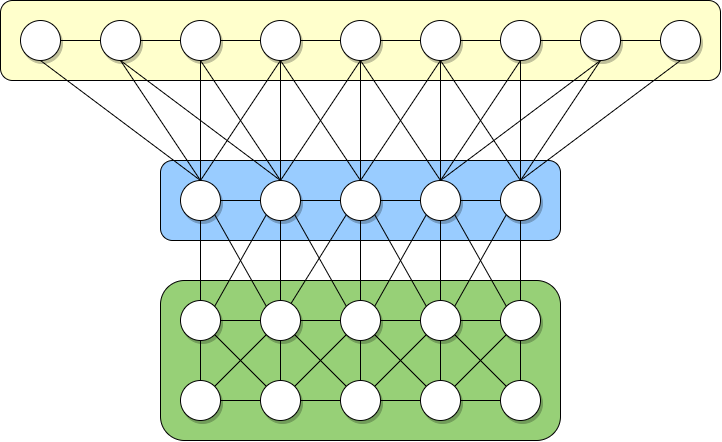
The draw.io diagram images/RedTArchitecture.png in hesusruiz/PublicPermissionedBlockchain, before a commit. Source tidied: cells renumbered, new cells last; positions are measured from the earlier drawing's top-left corner, leaving out a move shared by most shapes. Its diagram source:
```xml
<mxGraphModel>
  <root>
    <mxCell id="0" />
    <mxCell id="1" parent="0" />
    <mxCell id="2" style="rounded=1;whiteSpace=wrap;html=1;shadow=0;fillColor=#99CCFF;" parent="1" vertex="1">
      <mxGeometry x="160" y="160" width="400" height="80" as="geometry" />
    </mxCell>
    <mxCell id="3" style="rounded=1;whiteSpace=wrap;html=1;shadow=0;fillColor=#97D077;" parent="1" vertex="1">
      <mxGeometry x="160" y="280" width="400" height="160" as="geometry" />
    </mxCell>
    <mxCell id="4" style="edgeStyle=orthogonalEdgeStyle;rounded=0;jettySize=auto;html=1;exitX=0.5;exitY=1;exitDx=0;exitDy=0;entryX=0.5;entryY=0;entryDx=0;entryDy=0;endArrow=none;endFill=0;" parent="1" edge="1" source="8" target="33">
      <mxGeometry relative="1" as="geometry" />
    </mxCell>
    <mxCell id="5" style="edgeStyle=orthogonalEdgeStyle;rounded=0;jettySize=auto;html=1;exitX=1;exitY=0.5;exitDx=0;exitDy=0;entryX=0;entryY=0.5;entryDx=0;entryDy=0;endArrow=none;endFill=0;" parent="1" edge="1" source="8" target="14">
      <mxGeometry relative="1" as="geometry" />
    </mxCell>
    <mxCell id="6" style="edgeStyle=none;rounded=0;jettySize=auto;html=1;exitX=1;exitY=1;exitDx=0;exitDy=0;entryX=0;entryY=0;entryDx=0;entryDy=0;endArrow=none;endFill=0;" parent="1" edge="1" source="8" target="36">
      <mxGeometry relative="1" as="geometry" />
    </mxCell>
    <mxCell id="7" style="edgeStyle=none;rounded=0;jettySize=auto;html=1;exitX=0.5;exitY=0;exitDx=0;exitDy=0;entryX=0.5;entryY=1;entryDx=0;entryDy=0;endArrow=none;endFill=0;" parent="1" edge="1" source="8" target="45">
      <mxGeometry relative="1" as="geometry" />
    </mxCell>
    <mxCell id="8" style="ellipse;whiteSpace=wrap;html=1;shadow=1;" parent="1" vertex="1">
      <mxGeometry x="180" y="300" width="40" height="40" as="geometry" />
    </mxCell>
    <mxCell id="9" style="edgeStyle=orthogonalEdgeStyle;rounded=0;jettySize=auto;html=1;exitX=0.5;exitY=1;exitDx=0;exitDy=0;entryX=0.5;entryY=0;entryDx=0;entryDy=0;endArrow=none;endFill=0;" parent="1" edge="1" source="14" target="36">
      <mxGeometry relative="1" as="geometry" />
    </mxCell>
    <mxCell id="10" style="edgeStyle=orthogonalEdgeStyle;rounded=0;jettySize=auto;html=1;exitX=1;exitY=0.5;exitDx=0;exitDy=0;entryX=0;entryY=0.5;entryDx=0;entryDy=0;endArrow=none;endFill=0;" parent="1" edge="1" source="14" target="21">
      <mxGeometry relative="1" as="geometry" />
    </mxCell>
    <mxCell id="11" style="edgeStyle=none;rounded=0;jettySize=auto;html=1;exitX=1;exitY=1;exitDx=0;exitDy=0;entryX=0;entryY=0;entryDx=0;entryDy=0;endArrow=none;endFill=0;" parent="1" edge="1" source="14" target="39">
      <mxGeometry relative="1" as="geometry" />
    </mxCell>
    <mxCell id="12" style="edgeStyle=none;rounded=0;jettySize=auto;html=1;exitX=0.5;exitY=0;exitDx=0;exitDy=0;endArrow=none;endFill=0;" parent="1" edge="1" source="14" target="48">
      <mxGeometry relative="1" as="geometry" />
    </mxCell>
    <mxCell id="13" style="edgeStyle=none;rounded=0;jettySize=auto;html=1;exitX=0;exitY=0;exitDx=0;exitDy=0;entryX=1;entryY=1;entryDx=0;entryDy=0;endArrow=none;endFill=0;" parent="1" edge="1" source="14" target="45">
      <mxGeometry relative="1" as="geometry" />
    </mxCell>
    <mxCell id="14" style="ellipse;whiteSpace=wrap;html=1;shadow=1;" parent="1" vertex="1">
      <mxGeometry x="260" y="300" width="40" height="40" as="geometry" />
    </mxCell>
    <mxCell id="15" style="edgeStyle=orthogonalEdgeStyle;rounded=0;jettySize=auto;html=1;exitX=0.5;exitY=1;exitDx=0;exitDy=0;entryX=0.5;entryY=0;entryDx=0;entryDy=0;endArrow=none;endFill=0;" parent="1" edge="1" source="21" target="39">
      <mxGeometry relative="1" as="geometry" />
    </mxCell>
    <mxCell id="16" style="edgeStyle=orthogonalEdgeStyle;rounded=0;jettySize=auto;html=1;exitX=1;exitY=0.5;exitDx=0;exitDy=0;entryX=0;entryY=0.5;entryDx=0;entryDy=0;endArrow=none;endFill=0;" parent="1" edge="1" source="21" target="27">
      <mxGeometry relative="1" as="geometry" />
    </mxCell>
    <mxCell id="17" style="edgeStyle=none;rounded=0;jettySize=auto;html=1;exitX=1;exitY=1;exitDx=0;exitDy=0;endArrow=none;endFill=0;" parent="1" edge="1" source="21" target="42">
      <mxGeometry relative="1" as="geometry" />
    </mxCell>
    <mxCell id="18" style="edgeStyle=none;rounded=0;jettySize=auto;html=1;exitX=0.5;exitY=0;exitDx=0;exitDy=0;entryX=0.5;entryY=1;entryDx=0;entryDy=0;endArrow=none;endFill=0;" parent="1" edge="1" source="21" target="52">
      <mxGeometry relative="1" as="geometry" />
    </mxCell>
    <mxCell id="19" style="edgeStyle=none;rounded=0;jettySize=auto;html=1;exitX=0;exitY=0;exitDx=0;exitDy=0;entryX=1;entryY=1;entryDx=0;entryDy=0;endArrow=none;endFill=0;" parent="1" edge="1" source="21" target="48">
      <mxGeometry relative="1" as="geometry" />
    </mxCell>
    <mxCell id="20" style="edgeStyle=none;rounded=0;jettySize=auto;html=1;exitX=1;exitY=0;exitDx=0;exitDy=0;entryX=0;entryY=1;entryDx=0;entryDy=0;endArrow=none;endFill=0;" parent="1" edge="1" source="21" target="55">
      <mxGeometry relative="1" as="geometry" />
    </mxCell>
    <mxCell id="21" style="ellipse;whiteSpace=wrap;html=1;shadow=1;" parent="1" vertex="1">
      <mxGeometry x="340" y="300" width="40" height="40" as="geometry" />
    </mxCell>
    <mxCell id="22" style="edgeStyle=orthogonalEdgeStyle;rounded=0;jettySize=auto;html=1;exitX=0.5;exitY=1;exitDx=0;exitDy=0;entryX=0.5;entryY=0;entryDx=0;entryDy=0;endArrow=none;endFill=0;" parent="1" edge="1" source="27" target="42">
      <mxGeometry relative="1" as="geometry" />
    </mxCell>
    <mxCell id="23" style="edgeStyle=orthogonalEdgeStyle;rounded=0;jettySize=auto;html=1;exitX=1;exitY=0.5;exitDx=0;exitDy=0;entryX=0;entryY=0.5;entryDx=0;entryDy=0;endArrow=none;endFill=0;" parent="1" edge="1" source="27" target="30">
      <mxGeometry relative="1" as="geometry" />
    </mxCell>
    <mxCell id="24" style="edgeStyle=none;rounded=0;jettySize=auto;html=1;exitX=1;exitY=1;exitDx=0;exitDy=0;endArrow=none;endFill=0;" parent="1" edge="1" source="27" target="43">
      <mxGeometry relative="1" as="geometry" />
    </mxCell>
    <mxCell id="25" style="edgeStyle=none;rounded=0;jettySize=auto;html=1;exitX=0.5;exitY=0;exitDx=0;exitDy=0;entryX=0.5;entryY=1;entryDx=0;entryDy=0;endArrow=none;endFill=0;" parent="1" edge="1" source="27" target="55">
      <mxGeometry relative="1" as="geometry" />
    </mxCell>
    <mxCell id="26" style="edgeStyle=none;rounded=0;jettySize=auto;html=1;exitX=1;exitY=0;exitDx=0;exitDy=0;entryX=0;entryY=1;entryDx=0;entryDy=0;endArrow=none;endFill=0;" parent="1" edge="1" source="27" target="56">
      <mxGeometry relative="1" as="geometry" />
    </mxCell>
    <mxCell id="27" style="ellipse;whiteSpace=wrap;html=1;shadow=1;" parent="1" vertex="1">
      <mxGeometry x="420" y="300" width="40" height="40" as="geometry" />
    </mxCell>
    <mxCell id="28" style="edgeStyle=orthogonalEdgeStyle;rounded=0;jettySize=auto;html=1;exitX=0.5;exitY=1;exitDx=0;exitDy=0;entryX=0.5;entryY=0;entryDx=0;entryDy=0;endArrow=none;endFill=0;" parent="1" edge="1" source="30" target="43">
      <mxGeometry relative="1" as="geometry" />
    </mxCell>
    <mxCell id="29" style="edgeStyle=none;rounded=0;jettySize=auto;html=1;exitX=0.5;exitY=0;exitDx=0;exitDy=0;entryX=0.5;entryY=1;entryDx=0;entryDy=0;endArrow=none;endFill=0;" parent="1" edge="1" source="30" target="56">
      <mxGeometry relative="1" as="geometry" />
    </mxCell>
    <mxCell id="30" style="ellipse;whiteSpace=wrap;html=1;shadow=1;" parent="1" vertex="1">
      <mxGeometry x="500" y="300" width="40" height="40" as="geometry" />
    </mxCell>
    <mxCell id="31" style="edgeStyle=orthogonalEdgeStyle;rounded=0;jettySize=auto;html=1;exitX=1;exitY=0.5;exitDx=0;exitDy=0;entryX=0;entryY=0.5;entryDx=0;entryDy=0;endArrow=none;endFill=0;" parent="1" edge="1" source="33" target="36">
      <mxGeometry relative="1" as="geometry" />
    </mxCell>
    <mxCell id="32" style="rounded=0;jettySize=auto;html=1;exitX=1;exitY=0;exitDx=0;exitDy=0;entryX=0;entryY=1;entryDx=0;entryDy=0;endArrow=none;endFill=0;" parent="1" edge="1" source="33" target="14">
      <mxGeometry relative="1" as="geometry" />
    </mxCell>
    <mxCell id="33" style="ellipse;whiteSpace=wrap;html=1;shadow=1;" parent="1" vertex="1">
      <mxGeometry x="180" y="380" width="40" height="40" as="geometry" />
    </mxCell>
    <mxCell id="34" style="edgeStyle=orthogonalEdgeStyle;rounded=0;jettySize=auto;html=1;exitX=1;exitY=0.5;exitDx=0;exitDy=0;entryX=0;entryY=0.5;entryDx=0;entryDy=0;endArrow=none;endFill=0;" parent="1" edge="1" source="36" target="39">
      <mxGeometry relative="1" as="geometry" />
    </mxCell>
    <mxCell id="35" style="edgeStyle=none;rounded=0;jettySize=auto;html=1;exitX=1;exitY=0;exitDx=0;exitDy=0;entryX=0;entryY=1;entryDx=0;entryDy=0;endArrow=none;endFill=0;" parent="1" edge="1" source="36" target="21">
      <mxGeometry relative="1" as="geometry" />
    </mxCell>
    <mxCell id="36" style="ellipse;whiteSpace=wrap;html=1;shadow=1;" parent="1" vertex="1">
      <mxGeometry x="260" y="380" width="40" height="40" as="geometry" />
    </mxCell>
    <mxCell id="37" style="edgeStyle=orthogonalEdgeStyle;rounded=0;jettySize=auto;html=1;exitX=1;exitY=0.5;exitDx=0;exitDy=0;entryX=0;entryY=0.5;entryDx=0;entryDy=0;endArrow=none;endFill=0;" parent="1" edge="1" source="39" target="42">
      <mxGeometry relative="1" as="geometry" />
    </mxCell>
    <mxCell id="38" style="edgeStyle=none;rounded=0;jettySize=auto;html=1;exitX=1;exitY=0;exitDx=0;exitDy=0;entryX=0;entryY=1;entryDx=0;entryDy=0;endArrow=none;endFill=0;" parent="1" edge="1" source="39" target="27">
      <mxGeometry relative="1" as="geometry" />
    </mxCell>
    <mxCell id="39" style="ellipse;whiteSpace=wrap;html=1;shadow=1;" parent="1" vertex="1">
      <mxGeometry x="340" y="380" width="40" height="40" as="geometry" />
    </mxCell>
    <mxCell id="40" style="edgeStyle=orthogonalEdgeStyle;rounded=0;jettySize=auto;html=1;exitX=1;exitY=0.5;exitDx=0;exitDy=0;entryX=0;entryY=0.5;entryDx=0;entryDy=0;endArrow=none;endFill=0;" parent="1" edge="1" source="42" target="43">
      <mxGeometry relative="1" as="geometry" />
    </mxCell>
    <mxCell id="41" style="edgeStyle=none;rounded=0;jettySize=auto;html=1;exitX=1;exitY=0;exitDx=0;exitDy=0;endArrow=none;endFill=0;" parent="1" edge="1" source="42" target="30">
      <mxGeometry relative="1" as="geometry" />
    </mxCell>
    <mxCell id="42" style="ellipse;whiteSpace=wrap;html=1;shadow=1;" parent="1" vertex="1">
      <mxGeometry x="420" y="380" width="40" height="40" as="geometry" />
    </mxCell>
    <mxCell id="43" style="ellipse;whiteSpace=wrap;html=1;shadow=1;" parent="1" vertex="1">
      <mxGeometry x="500" y="380" width="40" height="40" as="geometry" />
    </mxCell>
    <mxCell id="44" style="edgeStyle=orthogonalEdgeStyle;rounded=0;jettySize=auto;html=1;exitX=1;exitY=0.5;exitDx=0;exitDy=0;entryX=0;entryY=0.5;entryDx=0;entryDy=0;endArrow=none;endFill=0;" parent="1" edge="1" source="45" target="48">
      <mxGeometry relative="1" as="geometry" />
    </mxCell>
    <mxCell id="45" style="ellipse;whiteSpace=wrap;html=1;shadow=1;" parent="1" vertex="1">
      <mxGeometry x="180" y="180" width="40" height="40" as="geometry" />
    </mxCell>
    <mxCell id="46" style="edgeStyle=orthogonalEdgeStyle;rounded=0;jettySize=auto;html=1;exitX=1;exitY=0.5;exitDx=0;exitDy=0;entryX=0;entryY=0.5;entryDx=0;entryDy=0;endArrow=none;endFill=0;" parent="1" edge="1" source="48" target="52">
      <mxGeometry relative="1" as="geometry" />
    </mxCell>
    <mxCell id="47" style="edgeStyle=none;rounded=0;jettySize=auto;html=1;exitX=0;exitY=1;exitDx=0;exitDy=0;entryX=1;entryY=0;entryDx=0;entryDy=0;endArrow=none;endFill=0;" parent="1" edge="1" source="48" target="8">
      <mxGeometry relative="1" as="geometry" />
    </mxCell>
    <mxCell id="48" style="ellipse;whiteSpace=wrap;html=1;shadow=1;" parent="1" vertex="1">
      <mxGeometry x="260" y="180" width="40" height="40" as="geometry" />
    </mxCell>
    <mxCell id="49" style="edgeStyle=orthogonalEdgeStyle;rounded=0;jettySize=auto;html=1;exitX=1;exitY=0.5;exitDx=0;exitDy=0;entryX=0;entryY=0.5;entryDx=0;entryDy=0;endArrow=none;endFill=0;" parent="1" edge="1" source="52" target="55">
      <mxGeometry relative="1" as="geometry" />
    </mxCell>
    <mxCell id="50" style="edgeStyle=none;rounded=0;jettySize=auto;html=1;exitX=0;exitY=1;exitDx=0;exitDy=0;endArrow=none;endFill=0;" parent="1" edge="1" source="52" target="14">
      <mxGeometry relative="1" as="geometry" />
    </mxCell>
    <mxCell id="51" style="edgeStyle=none;rounded=0;jettySize=auto;html=1;exitX=1;exitY=1;exitDx=0;exitDy=0;entryX=0;entryY=0;entryDx=0;entryDy=0;endArrow=none;endFill=0;" parent="1" edge="1" source="52" target="27">
      <mxGeometry relative="1" as="geometry" />
    </mxCell>
    <mxCell id="52" style="ellipse;whiteSpace=wrap;html=1;shadow=1;" parent="1" vertex="1">
      <mxGeometry x="340" y="180" width="40" height="40" as="geometry" />
    </mxCell>
    <mxCell id="53" style="edgeStyle=orthogonalEdgeStyle;rounded=0;jettySize=auto;html=1;exitX=1;exitY=0.5;exitDx=0;exitDy=0;entryX=0;entryY=0.5;entryDx=0;entryDy=0;endArrow=none;endFill=0;" parent="1" edge="1" source="55" target="56">
      <mxGeometry relative="1" as="geometry" />
    </mxCell>
    <mxCell id="54" style="edgeStyle=none;rounded=0;jettySize=auto;html=1;exitX=1;exitY=1;exitDx=0;exitDy=0;entryX=0;entryY=0;entryDx=0;entryDy=0;endArrow=none;endFill=0;" parent="1" edge="1" source="55" target="30">
      <mxGeometry relative="1" as="geometry" />
    </mxCell>
    <mxCell id="55" style="ellipse;whiteSpace=wrap;html=1;shadow=1;" parent="1" vertex="1">
      <mxGeometry x="420" y="180" width="40" height="40" as="geometry" />
    </mxCell>
    <mxCell id="56" style="ellipse;whiteSpace=wrap;html=1;shadow=1;" parent="1" vertex="1">
      <mxGeometry x="500" y="180" width="40" height="40" as="geometry" />
    </mxCell>
    <mxCell id="57" style="rounded=1;whiteSpace=wrap;html=1;shadow=0;fillColor=#FFFFCC;" parent="1" vertex="1">
      <mxGeometry width="720" height="80" as="geometry" />
    </mxCell>
    <mxCell id="58" style="edgeStyle=orthogonalEdgeStyle;rounded=0;jettySize=auto;html=1;exitX=1;exitY=0.5;exitDx=0;exitDy=0;entryX=0;entryY=0.5;entryDx=0;entryDy=0;endArrow=none;endFill=0;" parent="1" edge="1" source="62" target="67">
      <mxGeometry relative="1" as="geometry" />
    </mxCell>
    <mxCell id="59" style="edgeStyle=orthogonalEdgeStyle;rounded=0;jettySize=auto;html=1;exitX=0;exitY=0.5;exitDx=0;exitDy=0;entryX=1;entryY=0.5;entryDx=0;entryDy=0;endArrow=none;endFill=0;" parent="1" edge="1" source="62" target="89">
      <mxGeometry relative="1" as="geometry" />
    </mxCell>
    <mxCell id="60" style="edgeStyle=none;rounded=0;jettySize=auto;html=1;exitX=0.5;exitY=1;exitDx=0;exitDy=0;entryX=0.5;entryY=0;entryDx=0;entryDy=0;endArrow=none;endFill=0;" parent="1" edge="1" source="62" target="48">
      <mxGeometry relative="1" as="geometry" />
    </mxCell>
    <mxCell id="61" style="edgeStyle=none;rounded=0;jettySize=auto;html=1;exitX=0.5;exitY=1;exitDx=0;exitDy=0;entryX=0.5;entryY=0;entryDx=0;entryDy=0;endArrow=none;endFill=0;" parent="1" edge="1" source="62" target="45">
      <mxGeometry relative="1" as="geometry" />
    </mxCell>
    <mxCell id="62" style="ellipse;whiteSpace=wrap;html=1;shadow=1;" parent="1" vertex="1">
      <mxGeometry x="180" y="20" width="40" height="40" as="geometry" />
    </mxCell>
    <mxCell id="63" style="edgeStyle=orthogonalEdgeStyle;rounded=0;jettySize=auto;html=1;exitX=1;exitY=0.5;exitDx=0;exitDy=0;entryX=0;entryY=0.5;entryDx=0;entryDy=0;endArrow=none;endFill=0;" parent="1" edge="1" source="67" target="72">
      <mxGeometry relative="1" as="geometry" />
    </mxCell>
    <mxCell id="64" style="edgeStyle=none;rounded=0;jettySize=auto;html=1;exitX=0.5;exitY=1;exitDx=0;exitDy=0;entryX=0.5;entryY=0;entryDx=0;entryDy=0;endArrow=none;endFill=0;" parent="1" edge="1" source="67" target="52">
      <mxGeometry relative="1" as="geometry" />
    </mxCell>
    <mxCell id="65" style="edgeStyle=none;rounded=0;jettySize=auto;html=1;exitX=0.5;exitY=1;exitDx=0;exitDy=0;entryX=0.5;entryY=0;entryDx=0;entryDy=0;endArrow=none;endFill=0;" parent="1" edge="1" source="67" target="48">
      <mxGeometry relative="1" as="geometry" />
    </mxCell>
    <mxCell id="66" style="edgeStyle=none;rounded=0;jettySize=auto;html=1;exitX=0.5;exitY=1;exitDx=0;exitDy=0;entryX=0.5;entryY=0;entryDx=0;entryDy=0;endArrow=none;endFill=0;" parent="1" edge="1" source="67" target="45">
      <mxGeometry relative="1" as="geometry" />
    </mxCell>
    <mxCell id="67" style="ellipse;whiteSpace=wrap;html=1;shadow=1;" parent="1" vertex="1">
      <mxGeometry x="260" y="20" width="40" height="40" as="geometry" />
    </mxCell>
    <mxCell id="68" style="edgeStyle=orthogonalEdgeStyle;rounded=0;jettySize=auto;html=1;exitX=1;exitY=0.5;exitDx=0;exitDy=0;entryX=0;entryY=0.5;entryDx=0;entryDy=0;endArrow=none;endFill=0;" parent="1" edge="1" source="72" target="77">
      <mxGeometry relative="1" as="geometry" />
    </mxCell>
    <mxCell id="69" style="edgeStyle=none;rounded=0;jettySize=auto;html=1;exitX=0.5;exitY=1;exitDx=0;exitDy=0;entryX=0.5;entryY=0;entryDx=0;entryDy=0;endArrow=none;endFill=0;" parent="1" edge="1" source="72" target="52">
      <mxGeometry relative="1" as="geometry" />
    </mxCell>
    <mxCell id="70" style="edgeStyle=none;rounded=0;jettySize=auto;html=1;exitX=0.5;exitY=1;exitDx=0;exitDy=0;entryX=0.5;entryY=0;entryDx=0;entryDy=0;endArrow=none;endFill=0;" parent="1" edge="1" source="72" target="48">
      <mxGeometry relative="1" as="geometry" />
    </mxCell>
    <mxCell id="71" style="edgeStyle=none;rounded=0;jettySize=auto;html=1;exitX=0.5;exitY=1;exitDx=0;exitDy=0;entryX=0.5;entryY=0;entryDx=0;entryDy=0;endArrow=none;endFill=0;" parent="1" edge="1" source="72" target="55">
      <mxGeometry relative="1" as="geometry" />
    </mxCell>
    <mxCell id="72" style="ellipse;whiteSpace=wrap;html=1;shadow=1;" parent="1" vertex="1">
      <mxGeometry x="340" y="20" width="40" height="40" as="geometry" />
    </mxCell>
    <mxCell id="73" style="edgeStyle=orthogonalEdgeStyle;rounded=0;jettySize=auto;html=1;exitX=1;exitY=0.5;exitDx=0;exitDy=0;entryX=0;entryY=0.5;entryDx=0;entryDy=0;endArrow=none;endFill=0;" parent="1" edge="1" source="77" target="81">
      <mxGeometry relative="1" as="geometry" />
    </mxCell>
    <mxCell id="74" style="edgeStyle=none;rounded=0;jettySize=auto;html=1;exitX=0.5;exitY=1;exitDx=0;exitDy=0;endArrow=none;endFill=0;" parent="1" edge="1" source="77">
      <mxGeometry relative="1" as="geometry">
        <mxPoint x="360" y="180" as="targetPoint" />
      </mxGeometry>
    </mxCell>
    <mxCell id="75" style="edgeStyle=none;rounded=0;jettySize=auto;html=1;exitX=0.5;exitY=1;exitDx=0;exitDy=0;entryX=0.5;entryY=0;entryDx=0;entryDy=0;endArrow=none;endFill=0;" parent="1" edge="1" source="77" target="55">
      <mxGeometry relative="1" as="geometry" />
    </mxCell>
    <mxCell id="76" style="edgeStyle=none;rounded=0;jettySize=auto;html=1;exitX=0.5;exitY=1;exitDx=0;exitDy=0;entryX=0.5;entryY=0;entryDx=0;entryDy=0;endArrow=none;endFill=0;" parent="1" edge="1" source="77" target="56">
      <mxGeometry relative="1" as="geometry" />
    </mxCell>
    <mxCell id="77" style="ellipse;whiteSpace=wrap;html=1;shadow=1;" parent="1" vertex="1">
      <mxGeometry x="420" y="20" width="40" height="40" as="geometry" />
    </mxCell>
    <mxCell id="78" style="edgeStyle=orthogonalEdgeStyle;rounded=0;jettySize=auto;html=1;exitX=1;exitY=0.5;exitDx=0;exitDy=0;endArrow=none;endFill=0;" parent="1" edge="1" source="81" target="85">
      <mxGeometry relative="1" as="geometry" />
    </mxCell>
    <mxCell id="79" style="edgeStyle=none;rounded=0;jettySize=auto;html=1;exitX=0.5;exitY=1;exitDx=0;exitDy=0;entryX=0.5;entryY=0;entryDx=0;entryDy=0;endArrow=none;endFill=0;" parent="1" edge="1" source="81" target="55">
      <mxGeometry relative="1" as="geometry" />
    </mxCell>
    <mxCell id="80" style="edgeStyle=none;rounded=0;jettySize=auto;html=1;exitX=0.5;exitY=1;exitDx=0;exitDy=0;entryX=0.5;entryY=0;entryDx=0;entryDy=0;endArrow=none;endFill=0;" parent="1" edge="1" source="81" target="56">
      <mxGeometry relative="1" as="geometry" />
    </mxCell>
    <mxCell id="81" style="ellipse;whiteSpace=wrap;html=1;shadow=1;" parent="1" vertex="1">
      <mxGeometry x="500" y="20" width="40" height="40" as="geometry" />
    </mxCell>
    <mxCell id="82" style="edgeStyle=orthogonalEdgeStyle;rounded=0;jettySize=auto;html=1;exitX=1;exitY=0.5;exitDx=0;exitDy=0;entryX=0;entryY=0.5;entryDx=0;entryDy=0;endArrow=none;endFill=0;" parent="1" edge="1" source="85" target="93">
      <mxGeometry relative="1" as="geometry" />
    </mxCell>
    <mxCell id="83" style="edgeStyle=none;rounded=0;jettySize=auto;html=1;exitX=0.5;exitY=1;exitDx=0;exitDy=0;entryX=0.5;entryY=0;entryDx=0;entryDy=0;endArrow=none;endFill=0;" parent="1" edge="1" source="85" target="56">
      <mxGeometry relative="1" as="geometry" />
    </mxCell>
    <mxCell id="84" style="edgeStyle=none;rounded=0;jettySize=auto;html=1;exitX=0.5;exitY=1;exitDx=0;exitDy=0;entryX=0.5;entryY=0;entryDx=0;entryDy=0;endArrow=none;endFill=0;" parent="1" edge="1" source="85" target="55">
      <mxGeometry relative="1" as="geometry" />
    </mxCell>
    <mxCell id="85" style="ellipse;whiteSpace=wrap;html=1;shadow=1;" parent="1" vertex="1">
      <mxGeometry x="580" y="20" width="40" height="40" as="geometry" />
    </mxCell>
    <mxCell id="86" style="edgeStyle=orthogonalEdgeStyle;rounded=0;jettySize=auto;html=1;exitX=0;exitY=0.5;exitDx=0;exitDy=0;entryX=1;entryY=0.5;entryDx=0;entryDy=0;endArrow=none;endFill=0;" parent="1" edge="1" source="89" target="91">
      <mxGeometry relative="1" as="geometry" />
    </mxCell>
    <mxCell id="87" style="edgeStyle=none;rounded=0;jettySize=auto;html=1;exitX=0.5;exitY=1;exitDx=0;exitDy=0;entryX=0.5;entryY=0;entryDx=0;entryDy=0;endArrow=none;endFill=0;" parent="1" edge="1" source="89" target="45">
      <mxGeometry relative="1" as="geometry" />
    </mxCell>
    <mxCell id="88" style="edgeStyle=none;rounded=0;jettySize=auto;html=1;exitX=0.5;exitY=1;exitDx=0;exitDy=0;endArrow=none;endFill=0;" parent="1" edge="1" source="89">
      <mxGeometry relative="1" as="geometry">
        <mxPoint x="280" y="180" as="targetPoint" />
      </mxGeometry>
    </mxCell>
    <mxCell id="89" style="ellipse;whiteSpace=wrap;html=1;shadow=1;" parent="1" vertex="1">
      <mxGeometry x="100" y="20" width="40" height="40" as="geometry" />
    </mxCell>
    <mxCell id="90" style="edgeStyle=none;rounded=0;jettySize=auto;html=1;exitX=0.5;exitY=1;exitDx=0;exitDy=0;entryX=0.5;entryY=0;entryDx=0;entryDy=0;endArrow=none;endFill=0;" parent="1" edge="1" source="91" target="45">
      <mxGeometry relative="1" as="geometry" />
    </mxCell>
    <mxCell id="91" style="ellipse;whiteSpace=wrap;html=1;shadow=1;" parent="1" vertex="1">
      <mxGeometry x="20" y="20" width="40" height="40" as="geometry" />
    </mxCell>
    <mxCell id="92" style="edgeStyle=none;rounded=0;jettySize=auto;html=1;exitX=0.5;exitY=1;exitDx=0;exitDy=0;entryX=0.5;entryY=0;entryDx=0;entryDy=0;endArrow=none;endFill=0;" parent="1" edge="1" source="93" target="56">
      <mxGeometry relative="1" as="geometry" />
    </mxCell>
    <mxCell id="93" style="ellipse;whiteSpace=wrap;html=1;shadow=1;" parent="1" vertex="1">
      <mxGeometry x="660" y="20" width="40" height="40" as="geometry" />
    </mxCell>
  </root>
</mxGraphModel>
```
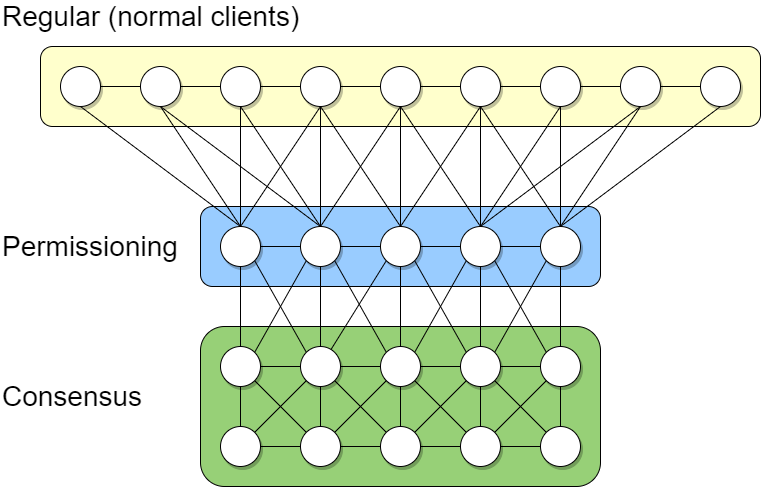
Later version of the same file.

The edit, as a diff of the source:
```diff
@@ -282,5 +282,14 @@
     <mxCell id="93" style="ellipse;whiteSpace=wrap;html=1;shadow=1;" parent="1" vertex="1">
       <mxGeometry x="660" y="20" width="40" height="40" as="geometry" />
     </mxCell>
+    <mxCell id="94" value="&lt;font style=&quot;font-size: 28px&quot;&gt;Regular (normal clients)&lt;/font&gt;" style="text;html=1;strokeColor=none;fillColor=none;align=left;verticalAlign=middle;whiteSpace=wrap;rounded=0;" parent="1" vertex="1">
+      <mxGeometry x="-40" y="-40" width="370" height="20" as="geometry" />
+    </mxCell>
+    <mxCell id="95" value="&lt;font style=&quot;font-size: 28px&quot;&gt;Permissioning&lt;/font&gt;" style="text;html=1;strokeColor=none;fillColor=none;align=left;verticalAlign=middle;whiteSpace=wrap;rounded=0;" parent="1" vertex="1">
+      <mxGeometry x="-40" y="190" width="180" height="20" as="geometry" />
+    </mxCell>
+    <mxCell id="96" value="&lt;font style=&quot;font-size: 28px&quot;&gt;Consensus&lt;/font&gt;" style="text;html=1;strokeColor=none;fillColor=none;align=left;verticalAlign=middle;whiteSpace=wrap;rounded=0;" parent="1" vertex="1">
+      <mxGeometry x="-40" y="340" width="110" height="20" as="geometry" />
+    </mxCell>
   </root>
 </mxGraphModel>
```
